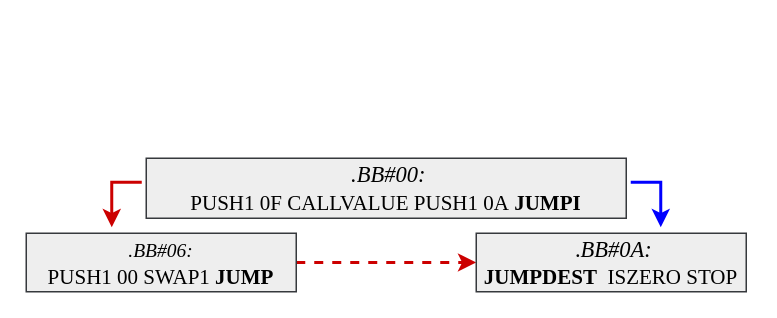
Earlier version of the draw.io diagram page "phi-sample" (5 of 11) of Untitled Diagram.drawio (Kenun99/drawio.repo). Source tidied: cells renumbered, new cells numbered last; positions are measured from the earlier drawing's top-left corner, leaving out a move shared by most shapes. Both pictures are drawn from the tidied source at 150%, with x=0, y=0 at pixel (26, 158).
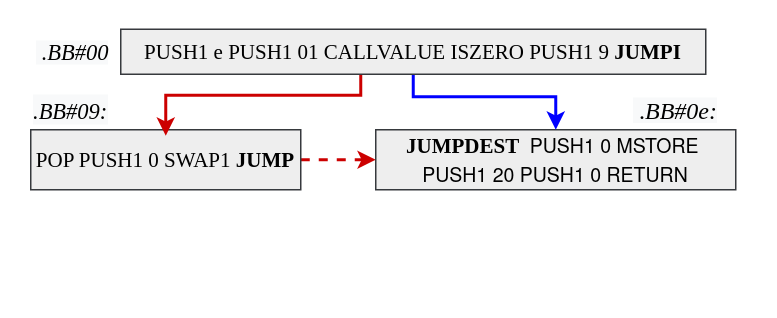
The same diagram, later.

Diff of the diagram source:
```diff
@@
 <mxGraphModel>
   <root>
     <mxCell id="0" />
     <mxCell id="1" parent="0" />
     <mxCell id="2" style="edgeStyle=orthogonalEdgeStyle;rounded=0;jettySize=auto;html=1;entryX=0;entryY=0.5;entryDx=0;entryDy=0;fontSize=11;strokeColor=#CC0000;dashed=1;strokeWidth=2;" parent="1" edge="1" source="3" target="4">
       <mxGeometry relative="1" as="geometry" />
     </mxCell>
-    <mxCell id="3" value="&lt;i style=&quot;font-size: 11px&quot;&gt;&lt;font style=&quot;font-size: 13px&quot;&gt;.BB#06:&lt;/font&gt;&lt;/i&gt; &lt;br style=&quot;font-size: 15px&quot;&gt;&lt;font style=&quot;font-size: 14px&quot;&gt;PUSH1 00 SWAP1&amp;nbsp;&lt;b&gt;JUMP&lt;/b&gt;&lt;/font&gt;" style="rounded=0;whiteSpace=wrap;html=1;strokeColor=#36393d;fontSize=15;fontFamily=Times New Roman;fillColor=#eeeeee;" parent="1" vertex="1">
-      <mxGeometry y="50" width="180" height="39" as="geometry" />
+    <mxCell id="3" value="&lt;font style=&quot;font-size: 14px&quot;&gt;POP PUSH1 0 SWAP1&amp;nbsp;&lt;b&gt;JUMP&lt;/b&gt;&lt;/font&gt;" style="rounded=0;whiteSpace=wrap;html=1;strokeColor=#36393d;fontSize=15;fontFamily=Times New Roman;fillColor=#eeeeee;" parent="1" vertex="1">
+      <mxGeometry x="3" y="-19" width="180" height="40" as="geometry" />
     </mxCell>
-    <mxCell id="4" value="&lt;span style=&quot;color: rgb(0 , 0 , 0) ; font-size: 15px ; font-style: normal ; font-weight: 400 ; letter-spacing: normal ; text-align: center ; text-indent: 0px ; text-transform: none ; word-spacing: 0px ; display: inline ; float: none&quot;&gt;&amp;nbsp;.&lt;/span&gt;&lt;span style=&quot;color: rgb(0 , 0 , 0) ; font-size: 15px ; font-weight: 400 ; letter-spacing: normal ; text-align: center ; text-indent: 0px ; text-transform: none ; word-spacing: 0px ; display: inline ; float: none&quot;&gt;&lt;i style=&quot;font-size: 15px&quot;&gt;BB#0A:&lt;/i&gt;&lt;/span&gt;&lt;span style=&quot;color: rgb(0 , 0 , 0) ; font-size: 15px ; font-style: normal ; font-weight: 400 ; letter-spacing: normal ; text-align: center ; text-indent: 0px ; text-transform: none ; word-spacing: 0px ; display: inline ; float: none&quot;&gt; &lt;br style=&quot;font-size: 15px&quot;&gt;&lt;/span&gt;&lt;font style=&quot;font-size: 14px&quot;&gt;&lt;span style=&quot;font-style: normal ; letter-spacing: normal ; text-align: center ; text-indent: 0px ; text-transform: none ; word-spacing: 0px ; display: inline ; float: none&quot;&gt;&lt;b&gt;JUMPDEST&amp;nbsp;&lt;/b&gt;&lt;/span&gt;&lt;span style=&quot;font-style: normal ; font-weight: 400 ; letter-spacing: normal ; text-align: center ; text-indent: 0px ; text-transform: none ; word-spacing: 0px ; display: inline ; float: none&quot;&gt; ISZERO STOP&lt;/span&gt;&lt;/font&gt;" style="rounded=0;whiteSpace=wrap;html=1;fontSize=15;fontFamily=Times New Roman;fillColor=#eeeeee;strokeColor=#36393d;labelBackgroundColor=none;" parent="1" vertex="1">
-      <mxGeometry x="300" y="50" width="180" height="39" as="geometry" />
+    <mxCell id="4" value="&lt;font style=&quot;font-size: 14px&quot;&gt;&lt;span style=&quot;font-style: normal ; letter-spacing: normal ; text-align: center ; text-indent: 0px ; text-transform: none ; word-spacing: 0px ; display: inline ; float: none&quot;&gt;&lt;b&gt;JUMPDEST&amp;nbsp;&lt;/b&gt;&lt;/span&gt;&lt;span style=&quot;font-style: normal ; font-weight: 400 ; letter-spacing: normal ; text-align: center ; text-indent: 0px ; text-transform: none ; word-spacing: 0px ; display: inline ; float: none&quot;&gt;&amp;nbsp;&lt;/span&gt;&lt;/font&gt;&lt;span style=&quot;font-family: &amp;#34;helvetica neue&amp;#34; ; font-size: 13px&quot;&gt;PUSH1 0&lt;/span&gt;&lt;span class=&quot;Apple-converted-space&quot; style=&quot;font-family: &amp;#34;helvetica neue&amp;#34; ; font-size: 13px&quot;&gt;&amp;nbsp;&lt;span&gt;MSTORE&lt;/span&gt;&lt;span class=&quot;Apple-converted-space&quot;&gt;&amp;nbsp;&lt;br&gt;&lt;/span&gt;&lt;span&gt;PUSH1 20&lt;/span&gt;&lt;span class=&quot;Apple-converted-space&quot;&gt;&amp;nbsp;&lt;/span&gt;&lt;span&gt;PUSH1 0&lt;/span&gt;&lt;span class=&quot;Apple-converted-space&quot;&gt;&amp;nbsp;&lt;/span&gt;&lt;span&gt;RETURN&lt;/span&gt;&lt;br&gt;&lt;/span&gt;" style="rounded=0;whiteSpace=wrap;html=1;fontSize=15;fontFamily=Times New Roman;fillColor=#eeeeee;strokeColor=#36393d;labelBackgroundColor=none;" parent="1" vertex="1">
+      <mxGeometry x="233" y="-19" width="240" height="40" as="geometry" />
     </mxCell>
     <mxCell id="5" style="edgeStyle=orthogonalEdgeStyle;rounded=0;orthogonalLoop=1;jettySize=auto;html=1;fontSize=11;strokeColor=#CC0000;strokeWidth=2;" parent="1" edge="1">
       <mxGeometry relative="1" as="geometry">
-        <mxPoint x="77" y="16" as="sourcePoint" />
-        <mxPoint x="57" y="46" as="targetPoint" />
+        <mxPoint x="223" y="-58" as="sourcePoint" />
+        <mxPoint x="93" y="-15" as="targetPoint" />
+        <Array as="points">
+          <mxPoint x="223" y="-42" />
+          <mxPoint x="93" y="-42" />
+        </Array>
       </mxGeometry>
     </mxCell>
-    <mxCell id="6" style="edgeStyle=orthogonalEdgeStyle;rounded=0;orthogonalLoop=1;jettySize=auto;html=1;fontSize=11;strokeColor=#0000FF;strokeWidth=2;" parent="1" edge="1">
+    <mxCell id="6" style="edgeStyle=orthogonalEdgeStyle;rounded=0;jettySize=auto;html=1;fontSize=11;strokeColor=#0000FF;strokeWidth=2;exitX=0.5;exitY=1;exitDx=0;exitDy=0;entryX=0.5;entryY=0;entryDx=0;entryDy=0;" parent="1" edge="1" source="7" target="4">
       <mxGeometry relative="1" as="geometry">
-        <mxPoint x="403" y="16" as="sourcePoint" />
-        <mxPoint x="423" y="46" as="targetPoint" />
+        <Array as="points">
+          <mxPoint x="258" y="-41" />
+          <mxPoint x="353" y="-41" />
+        </Array>
       </mxGeometry>
     </mxCell>
-    <mxCell id="7" value="&lt;span style=&quot;font-size: 14px ; letter-spacing: normal ; text-align: center ; text-indent: 0px ; text-transform: none ; word-spacing: 0px ; display: inline ; float: none&quot;&gt;&lt;i style=&quot;font-size: 15px&quot;&gt;&amp;nbsp;.BB#00: &lt;/i&gt;&lt;br style=&quot;font-size: 15px&quot;&gt;PUSH1 0F CALLVALUE&amp;nbsp;PUSH1 0A&amp;nbsp;&lt;b style=&quot;color: rgb(0 , 0 , 0)&quot;&gt;JUMPI&lt;/b&gt;&lt;/span&gt;" style="rounded=0;whiteSpace=wrap;html=1;fontSize=15;fontFamily=Times New Roman;fillColor=#eeeeee;strokeColor=#36393d;labelBackgroundColor=none;" parent="1" vertex="1">
-      <mxGeometry x="80" width="320" height="40" as="geometry" />
+    <mxCell id="7" value="&lt;span style=&quot;font-size: 14px ; letter-spacing: normal ; text-align: center ; text-indent: 0px ; text-transform: none ; word-spacing: 0px ; display: inline ; float: none&quot;&gt;PUSH1 e PUSH1 01 CALLVALUE ISZERO PUSH1 9&amp;nbsp;&lt;b style=&quot;color: rgb(0 , 0 , 0)&quot;&gt;JUMPI&lt;/b&gt;&lt;/span&gt;" style="rounded=0;whiteSpace=wrap;html=1;fontSize=15;fontFamily=Times New Roman;fillColor=#eeeeee;strokeColor=#36393d;labelBackgroundColor=none;" parent="1" vertex="1">
+      <mxGeometry x="63" y="-86" width="390" height="30" as="geometry" />
     </mxCell>
+    <mxCell id="8" value="&lt;i style=&quot;color: rgb(0 , 0 , 0) ; font-family: &amp;#34;times new roman&amp;#34; ; font-weight: 400 ; letter-spacing: normal ; text-align: center ; text-indent: 0px ; text-transform: none ; word-spacing: 0px ; background-color: rgb(248 , 249 , 250) ; font-size: 15px&quot;&gt;&amp;nbsp;.BB#00&lt;/i&gt;" style="text;whiteSpace=wrap;html=1;fontSize=18;fontFamily=Times New Roman;" parent="1" vertex="1">
+      <mxGeometry x="5" y="-88" width="60" height="40" as="geometry" />
+    </mxCell>
+    <mxCell id="9" value="&lt;i style=&quot;color: rgb(0 , 0 , 0) ; font-family: &amp;#34;times new roman&amp;#34; ; font-weight: 400 ; letter-spacing: normal ; text-align: center ; text-indent: 0px ; text-transform: none ; word-spacing: 0px ; background-color: rgb(248 , 249 , 250)&quot;&gt;&lt;font style=&quot;font-size: 15px&quot;&gt;.BB#09:&lt;/font&gt;&lt;/i&gt;" style="text;whiteSpace=wrap;html=1;fontSize=18;fontFamily=Times New Roman;" parent="1" vertex="1">
+      <mxGeometry x="3" y="-49" width="70" height="40" as="geometry" />
+    </mxCell>
+    <mxCell id="10" value="&lt;font style=&quot;font-size: 16px&quot;&gt;&lt;span style=&quot;color: rgb(0 , 0 , 0) ; font-family: &amp;#34;times new roman&amp;#34; ; font-style: normal ; font-weight: 400 ; letter-spacing: normal ; text-align: center ; text-indent: 0px ; text-transform: none ; word-spacing: 0px ; background-color: rgb(248 , 249 , 250) ; display: inline ; float: none&quot;&gt;&amp;nbsp;.&lt;/span&gt;&lt;span style=&quot;color: rgb(0 , 0 , 0) ; font-family: &amp;#34;times new roman&amp;#34; ; font-style: normal ; font-weight: 400 ; letter-spacing: normal ; text-align: center ; text-indent: 0px ; text-transform: none ; word-spacing: 0px ; background-color: rgb(248 , 249 , 250) ; display: inline ; float: none&quot;&gt;&lt;i&gt;BB#0e:&lt;/i&gt;&lt;/span&gt;&lt;/font&gt;" style="text;whiteSpace=wrap;html=1;fontSize=18;fontFamily=Times New Roman;" parent="1" vertex="1">
+      <mxGeometry x="403" y="-49" width="80" height="40" as="geometry" />
+    </mxCell>
   </root>
 </mxGraphModel>
```
